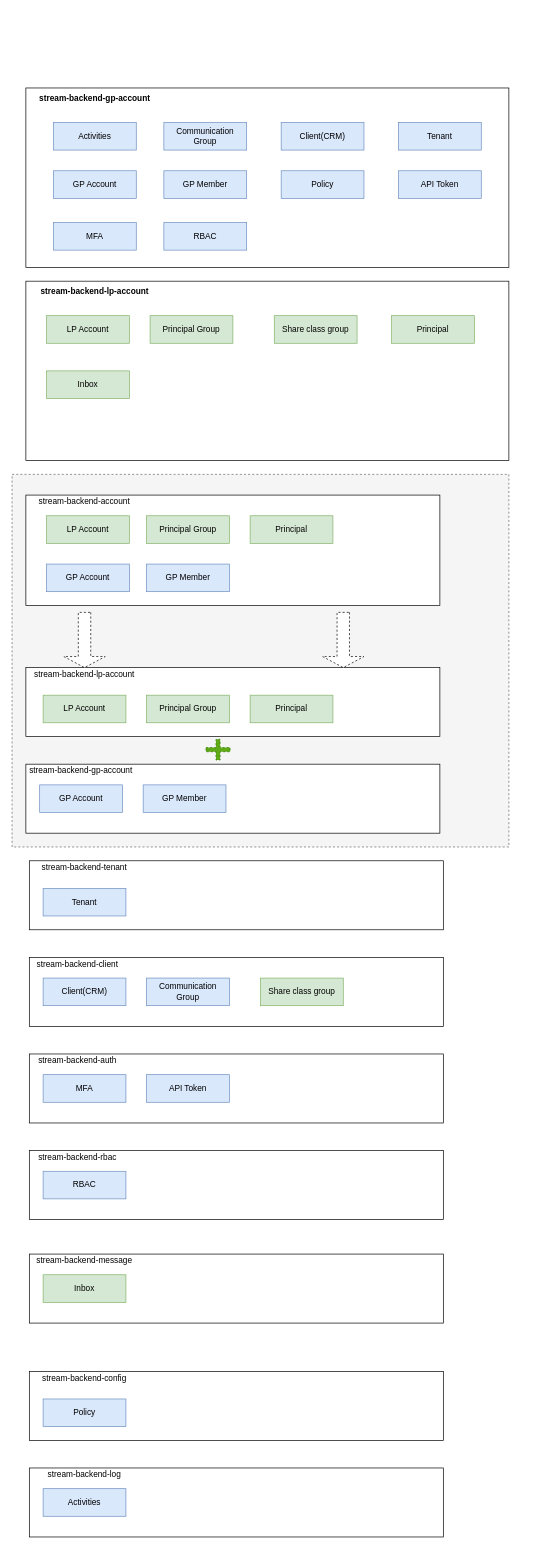
Above: split_Account.drawio in fast-dev/fast-dev.github.io (draw.io), before the change. Source tidied: cells renumbered, new cells numbered last; positions are measured from the earlier drawing's top-left corner, leaving out a move shared by most shapes. Both pictures are drawn from the tidied source at 69%, with x=0, y=0 at pixel (12, 88).
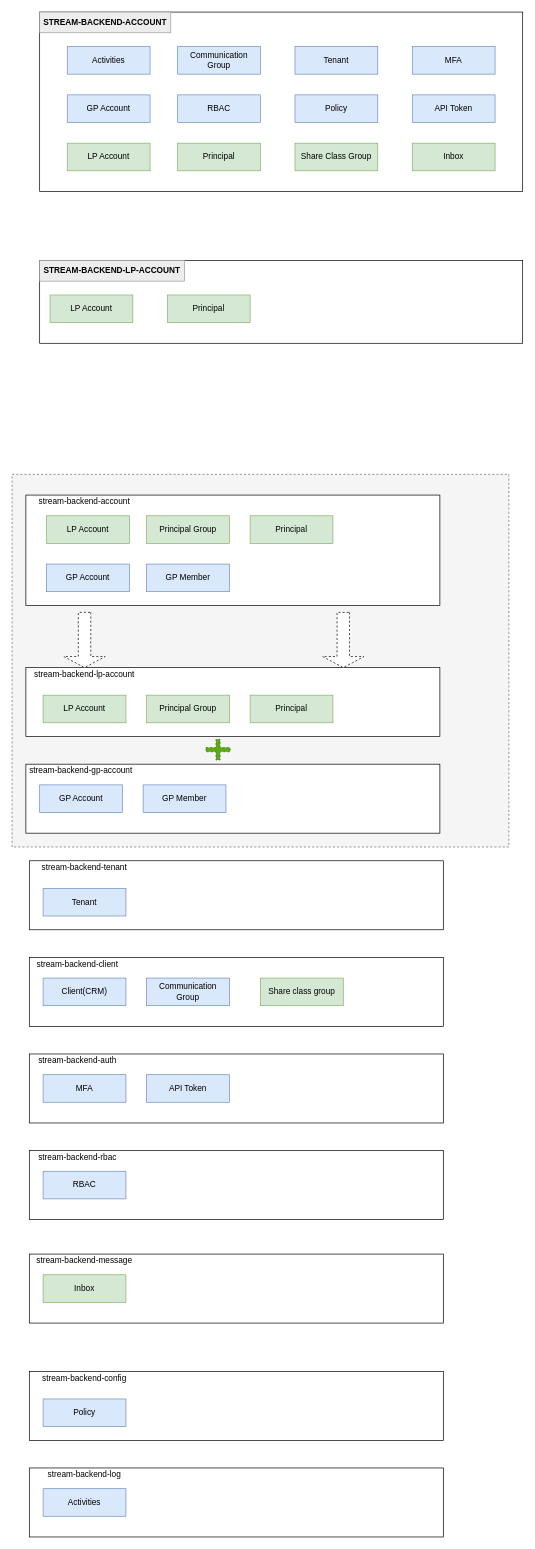
After the change.

Change to the diagram source:
```diff
@@
     <mxCell id="3" style="rounded=0;whiteSpace=wrap;html=1;" parent="1" vertex="1">
-      <mxGeometry x="20" width="700" height="260" as="geometry" />
+      <mxGeometry x="40" y="-110" width="700" height="260" as="geometry" />
     </mxCell>
-    <mxCell id="4" value="stream-backend-gp-account" style="text;html=1;strokeColor=none;fillColor=none;align=center;verticalAlign=middle;whiteSpace=wrap;rounded=0;fontStyle=1;" parent="1" vertex="1">
-      <mxGeometry x="30" width="180" height="30" as="geometry" />
+    <mxCell id="4" value="STREAM-BACKEND-ACCOUNT" style="text;html=1;strokeColor=#9C9C9C;fillColor=#EDEDED;align=center;verticalAlign=middle;whiteSpace=wrap;rounded=0;fontStyle=1;" parent="1" vertex="1">
+      <mxGeometry x="40" y="-110" width="190" height="30" as="geometry" />
     </mxCell>
     <mxCell id="5" value="Activities" style="rounded=0;whiteSpace=wrap;html=1;strokeColor=#6c8ebf;fillColor=#dae8fc;" parent="1" vertex="1">
-      <mxGeometry x="60" y="50" width="120" height="40" as="geometry" />
+      <mxGeometry x="80" y="-60" width="120" height="40" as="geometry" />
     </mxCell>
     <mxCell id="6" value="Communication Group" style="rounded=0;whiteSpace=wrap;html=1;strokeColor=#6c8ebf;fillColor=#dae8fc;" parent="1" vertex="1">
-      <mxGeometry x="220" y="50" width="120" height="40" as="geometry" />
+      <mxGeometry x="240" y="-60" width="120" height="40" as="geometry" />
     </mxCell>
-    <mxCell id="7" value="Client(CRM)" style="rounded=0;whiteSpace=wrap;html=1;strokeColor=#6c8ebf;fillColor=#dae8fc;" parent="1" vertex="1">
-      <mxGeometry x="390" y="50" width="120" height="40" as="geometry" />
-    </mxCell>
     <mxCell id="8" value="GP Account" style="rounded=0;whiteSpace=wrap;html=1;strokeColor=#6c8ebf;fillColor=#dae8fc;" parent="1" vertex="1">
-      <mxGeometry x="60" y="120" width="120" height="40" as="geometry" />
+      <mxGeometry x="80" y="10" width="120" height="40" as="geometry" />
     </mxCell>
-    <mxCell id="9" value="GP Member" style="rounded=0;whiteSpace=wrap;html=1;strokeColor=#6c8ebf;fillColor=#dae8fc;" parent="1" vertex="1">
-      <mxGeometry x="220" y="120" width="120" height="40" as="geometry" />
-    </mxCell>
     <mxCell id="10" value="Policy" style="rounded=0;whiteSpace=wrap;html=1;strokeColor=#6c8ebf;fillColor=#dae8fc;" parent="1" vertex="1">
-      <mxGeometry x="390" y="120" width="120" height="40" as="geometry" />
+      <mxGeometry x="410" y="10" width="120" height="40" as="geometry" />
     </mxCell>
     <mxCell id="11" value="MFA" style="rounded=0;whiteSpace=wrap;html=1;strokeColor=#6c8ebf;fillColor=#dae8fc;" parent="1" vertex="1">
-      <mxGeometry x="60" y="195" width="120" height="40" as="geometry" />
+      <mxGeometry x="580" y="-60" width="120" height="40" as="geometry" />
     </mxCell>
     <mxCell id="12" value="Tenant" style="rounded=0;whiteSpace=wrap;html=1;strokeColor=#6c8ebf;fillColor=#dae8fc;" parent="1" vertex="1">
-      <mxGeometry x="560" y="50" width="120" height="40" as="geometry" />
+      <mxGeometry x="410" y="-60" width="120" height="40" as="geometry" />
     </mxCell>
     <mxCell id="13" value="API Token" style="rounded=0;whiteSpace=wrap;html=1;strokeColor=#6c8ebf;fillColor=#dae8fc;" parent="1" vertex="1">
-      <mxGeometry x="560" y="120" width="120" height="40" as="geometry" />
+      <mxGeometry x="580" y="10" width="120" height="40" as="geometry" />
     </mxCell>
@@
     <mxCell id="34" value="RBAC" style="rounded=0;whiteSpace=wrap;html=1;strokeColor=#6c8ebf;fillColor=#dae8fc;" parent="1" vertex="1">
-      <mxGeometry x="220" y="195" width="120" height="40" as="geometry" />
+      <mxGeometry x="240" y="10" width="120" height="40" as="geometry" />
     </mxCell>
@@
-    <mxCell id="48" style="rounded=0;whiteSpace=wrap;html=1;" parent="1" vertex="1">
-      <mxGeometry x="20" y="280" width="700" height="260" as="geometry" />
-    </mxCell>
-    <mxCell id="49" value="stream-backend-lp-account" style="text;html=1;strokeColor=none;fillColor=none;align=center;verticalAlign=middle;whiteSpace=wrap;rounded=0;fontStyle=1;" parent="1" vertex="1">
-      <mxGeometry x="30" y="280" width="180" height="30" as="geometry" />
-    </mxCell>
     <mxCell id="50" value="LP Account" style="rounded=0;whiteSpace=wrap;html=1;fillColor=#d5e8d4;strokeColor=#82b366;" parent="1" vertex="1">
-      <mxGeometry x="50" y="330" width="120" height="40" as="geometry" />
+      <mxGeometry x="80" y="80" width="120" height="40" as="geometry" />
     </mxCell>
     <mxCell id="51" value="Principal" style="rounded=0;whiteSpace=wrap;html=1;fillColor=#d5e8d4;strokeColor=#82b366;" parent="1" vertex="1">
-      <mxGeometry x="550" y="330" width="120" height="40" as="geometry" />
+      <mxGeometry x="240" y="80" width="120" height="40" as="geometry" />
     </mxCell>
-    <mxCell id="52" value="Principal Group" style="rounded=0;whiteSpace=wrap;html=1;fillColor=#d5e8d4;strokeColor=#82b366;" parent="1" vertex="1">
-      <mxGeometry x="200" y="330" width="120" height="40" as="geometry" />
-    </mxCell>
     <mxCell id="53" value="Inbox" style="rounded=0;whiteSpace=wrap;html=1;fillColor=#d5e8d4;strokeColor=#82b366;" parent="1" vertex="1">
-      <mxGeometry x="50" y="410" width="120" height="40" as="geometry" />
+      <mxGeometry x="580" y="80" width="120" height="40" as="geometry" />
     </mxCell>
-    <mxCell id="54" value="Share class group" style="rounded=0;whiteSpace=wrap;html=1;fillColor=#d5e8d4;strokeColor=#82b366;" parent="1" vertex="1">
-      <mxGeometry x="380" y="330" width="120" height="40" as="geometry" />
+    <mxCell id="54" value="Share Class Group" style="rounded=0;whiteSpace=wrap;html=1;fillColor=#d5e8d4;strokeColor=#82b366;" parent="1" vertex="1">
+      <mxGeometry x="410" y="80" width="120" height="40" as="geometry" />
     </mxCell>
@@
+    <mxCell id="65" style="rounded=0;whiteSpace=wrap;html=1;" parent="1" vertex="1">
+      <mxGeometry x="40" y="250" width="700" height="120" as="geometry" />
+    </mxCell>
+    <mxCell id="66" value="STREAM-BACKEND-LP-ACCOUNT" style="text;html=1;strokeColor=#9C9C9C;fillColor=#EDEDED;align=center;verticalAlign=middle;whiteSpace=wrap;rounded=0;fontStyle=1;" parent="1" vertex="1">
+      <mxGeometry x="40" y="250" width="210" height="30" as="geometry" />
+    </mxCell>
+    <mxCell id="67" value="LP Account" style="rounded=0;whiteSpace=wrap;html=1;fillColor=#d5e8d4;strokeColor=#82b366;" parent="1" vertex="1">
+      <mxGeometry x="55" y="300" width="120" height="40" as="geometry" />
+    </mxCell>
+    <mxCell id="68" value="Principal" style="rounded=0;whiteSpace=wrap;html=1;fillColor=#d5e8d4;strokeColor=#82b366;" parent="1" vertex="1">
+      <mxGeometry x="225" y="300" width="120" height="40" as="geometry" />
+    </mxCell>
```
